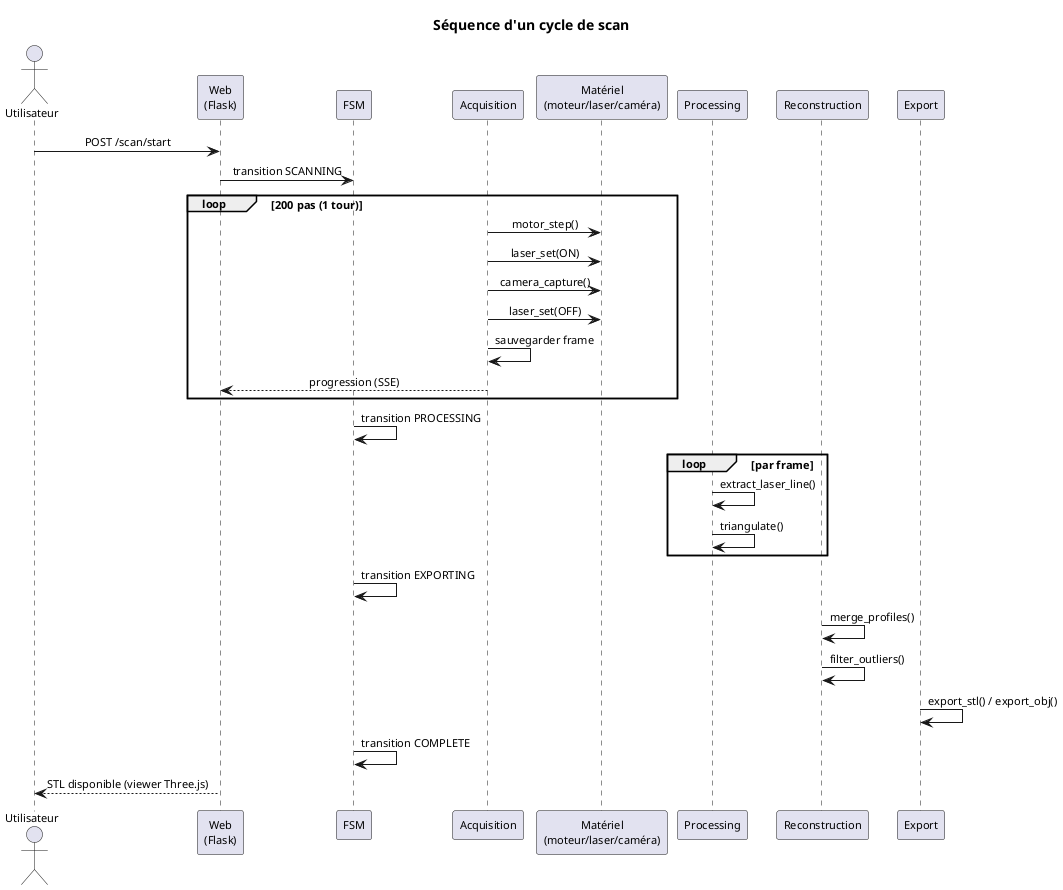
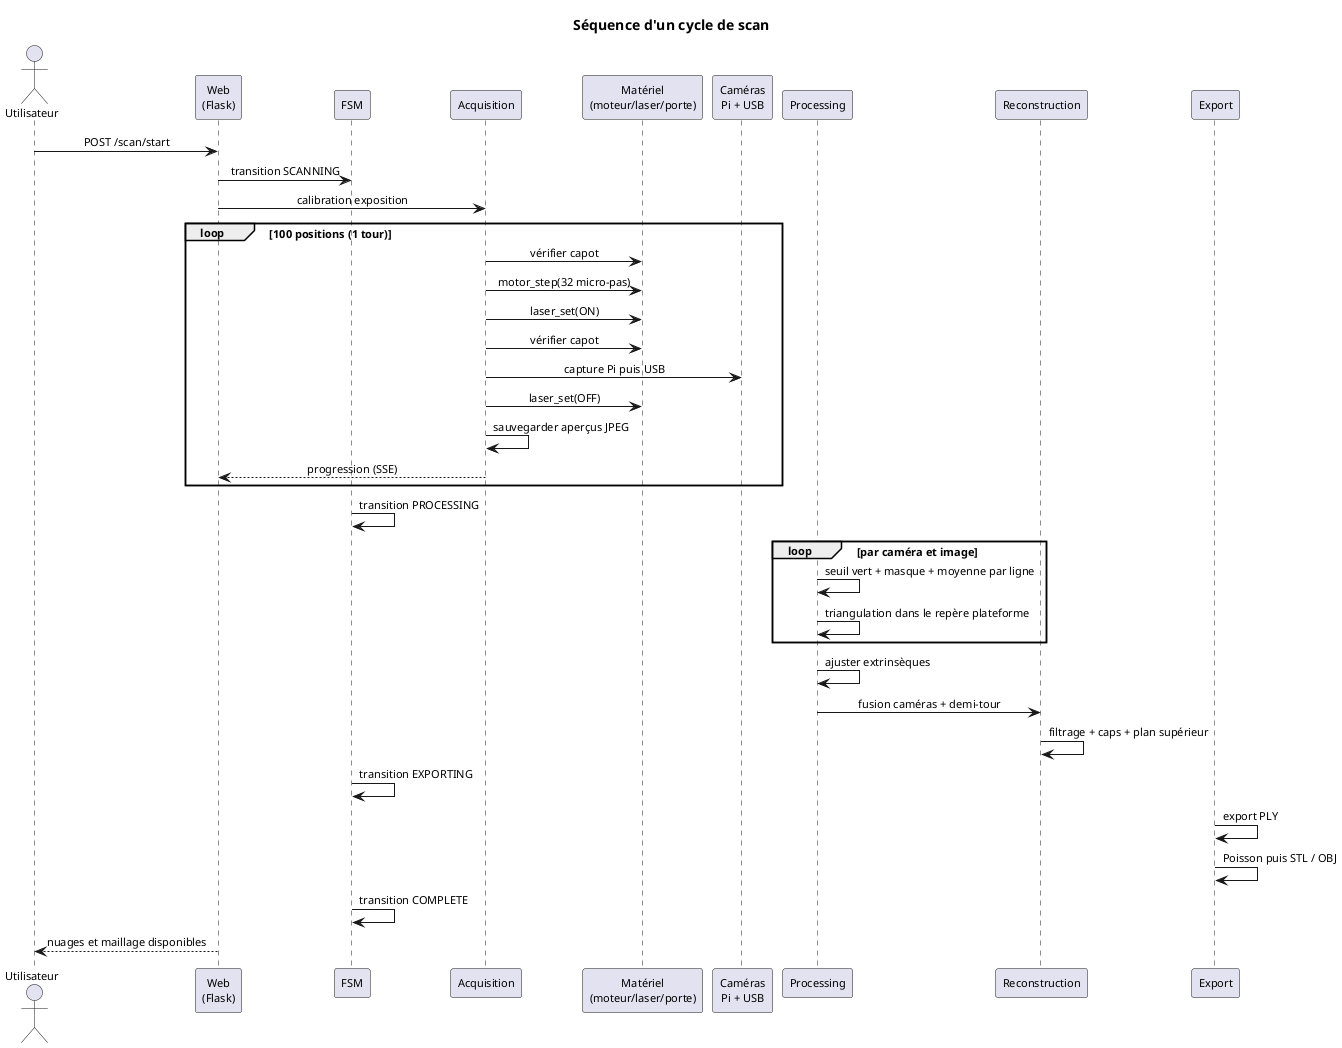
@startuml sequence_scan
' Diagramme de séquence — cycle complet d'un scan
' Rendu : plantuml -tpdf sequence_scan.puml

skinparam shadowing false
skinparam sequenceMessageAlign center
skinparam defaultFontName Latin Modern Roman
skinparam defaultFontSize 11

title Séquence d'un cycle de scan

actor Utilisateur as U
participant "Web\n(Flask)" as W
participant "FSM" as F
participant "Acquisition" as A
- participant "Matériel\n(moteur/laser/caméra)" as H
+ participant "Matériel\n(moteur/laser/porte)" as H
+ participant "Caméras\nPi + USB" as C
participant "Processing" as P
participant "Reconstruction" as R
participant "Export" as E

U -> W : POST /scan/start
W -> F : transition SCANNING
- loop 200 pas (1 tour)
-   A -> H : motor_step()
+ W -> A : calibration exposition
+ loop 100 positions (1 tour)
+   A -> H : vérifier capot
+   A -> H : motor_step(32 micro-pas)
  A -> H : laser_set(ON)
-   A -> H : camera_capture()
+   A -> H : vérifier capot
+   A -> C : capture Pi puis USB
  A -> H : laser_set(OFF)
-   A -> A : sauvegarder frame
+   A -> A : sauvegarder aperçus JPEG
  A --> W : progression (SSE)
end
F -> F : transition PROCESSING
- loop par frame
-   P -> P : extract_laser_line()
-   P -> P : triangulate()
+ loop par caméra et image
+   P -> P : seuil vert + masque + moyenne par ligne
+   P -> P : triangulation dans le repère plateforme
end
+ P -> P : ajuster extrinsèques
+ P -> R : fusion caméras + demi-tour
+ R -> R : filtrage + caps + plan supérieur
F -> F : transition EXPORTING
- R -> R : merge_profiles()
- R -> R : filter_outliers()
- E -> E : export_stl() / export_obj()
+ E -> E : export PLY
+ E -> E : Poisson puis STL / OBJ
F -> F : transition COMPLETE
- W --> U : STL disponible (viewer Three.js)
+ W --> U : nuages et maillage disponibles

@enduml
